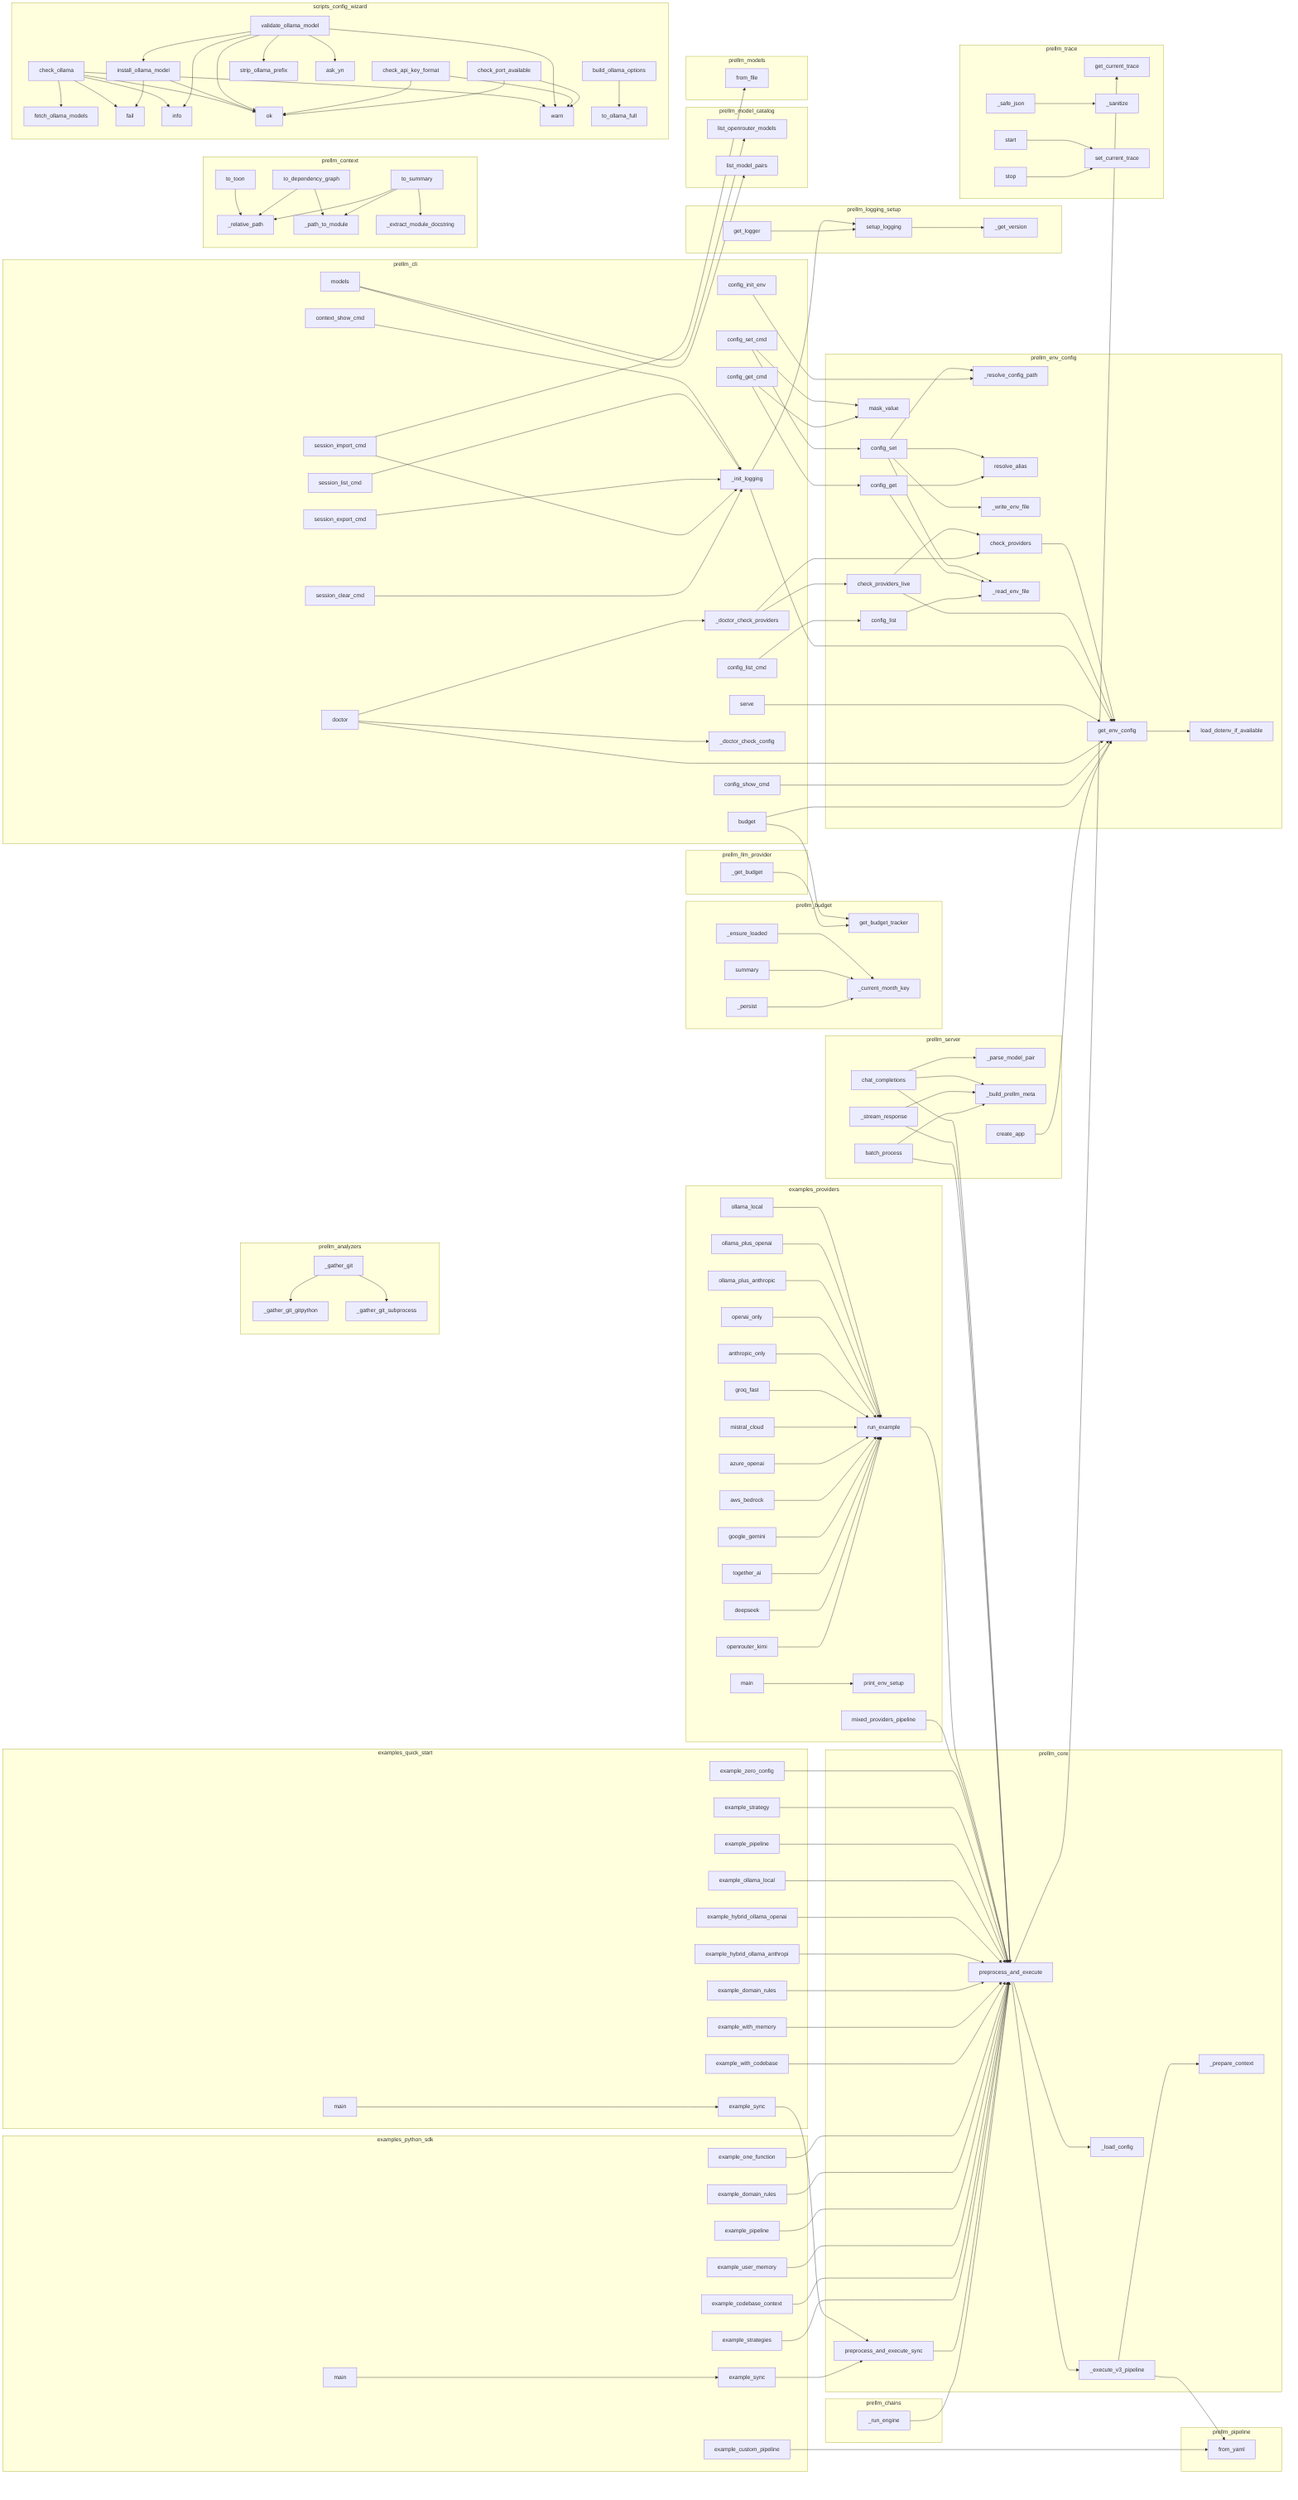
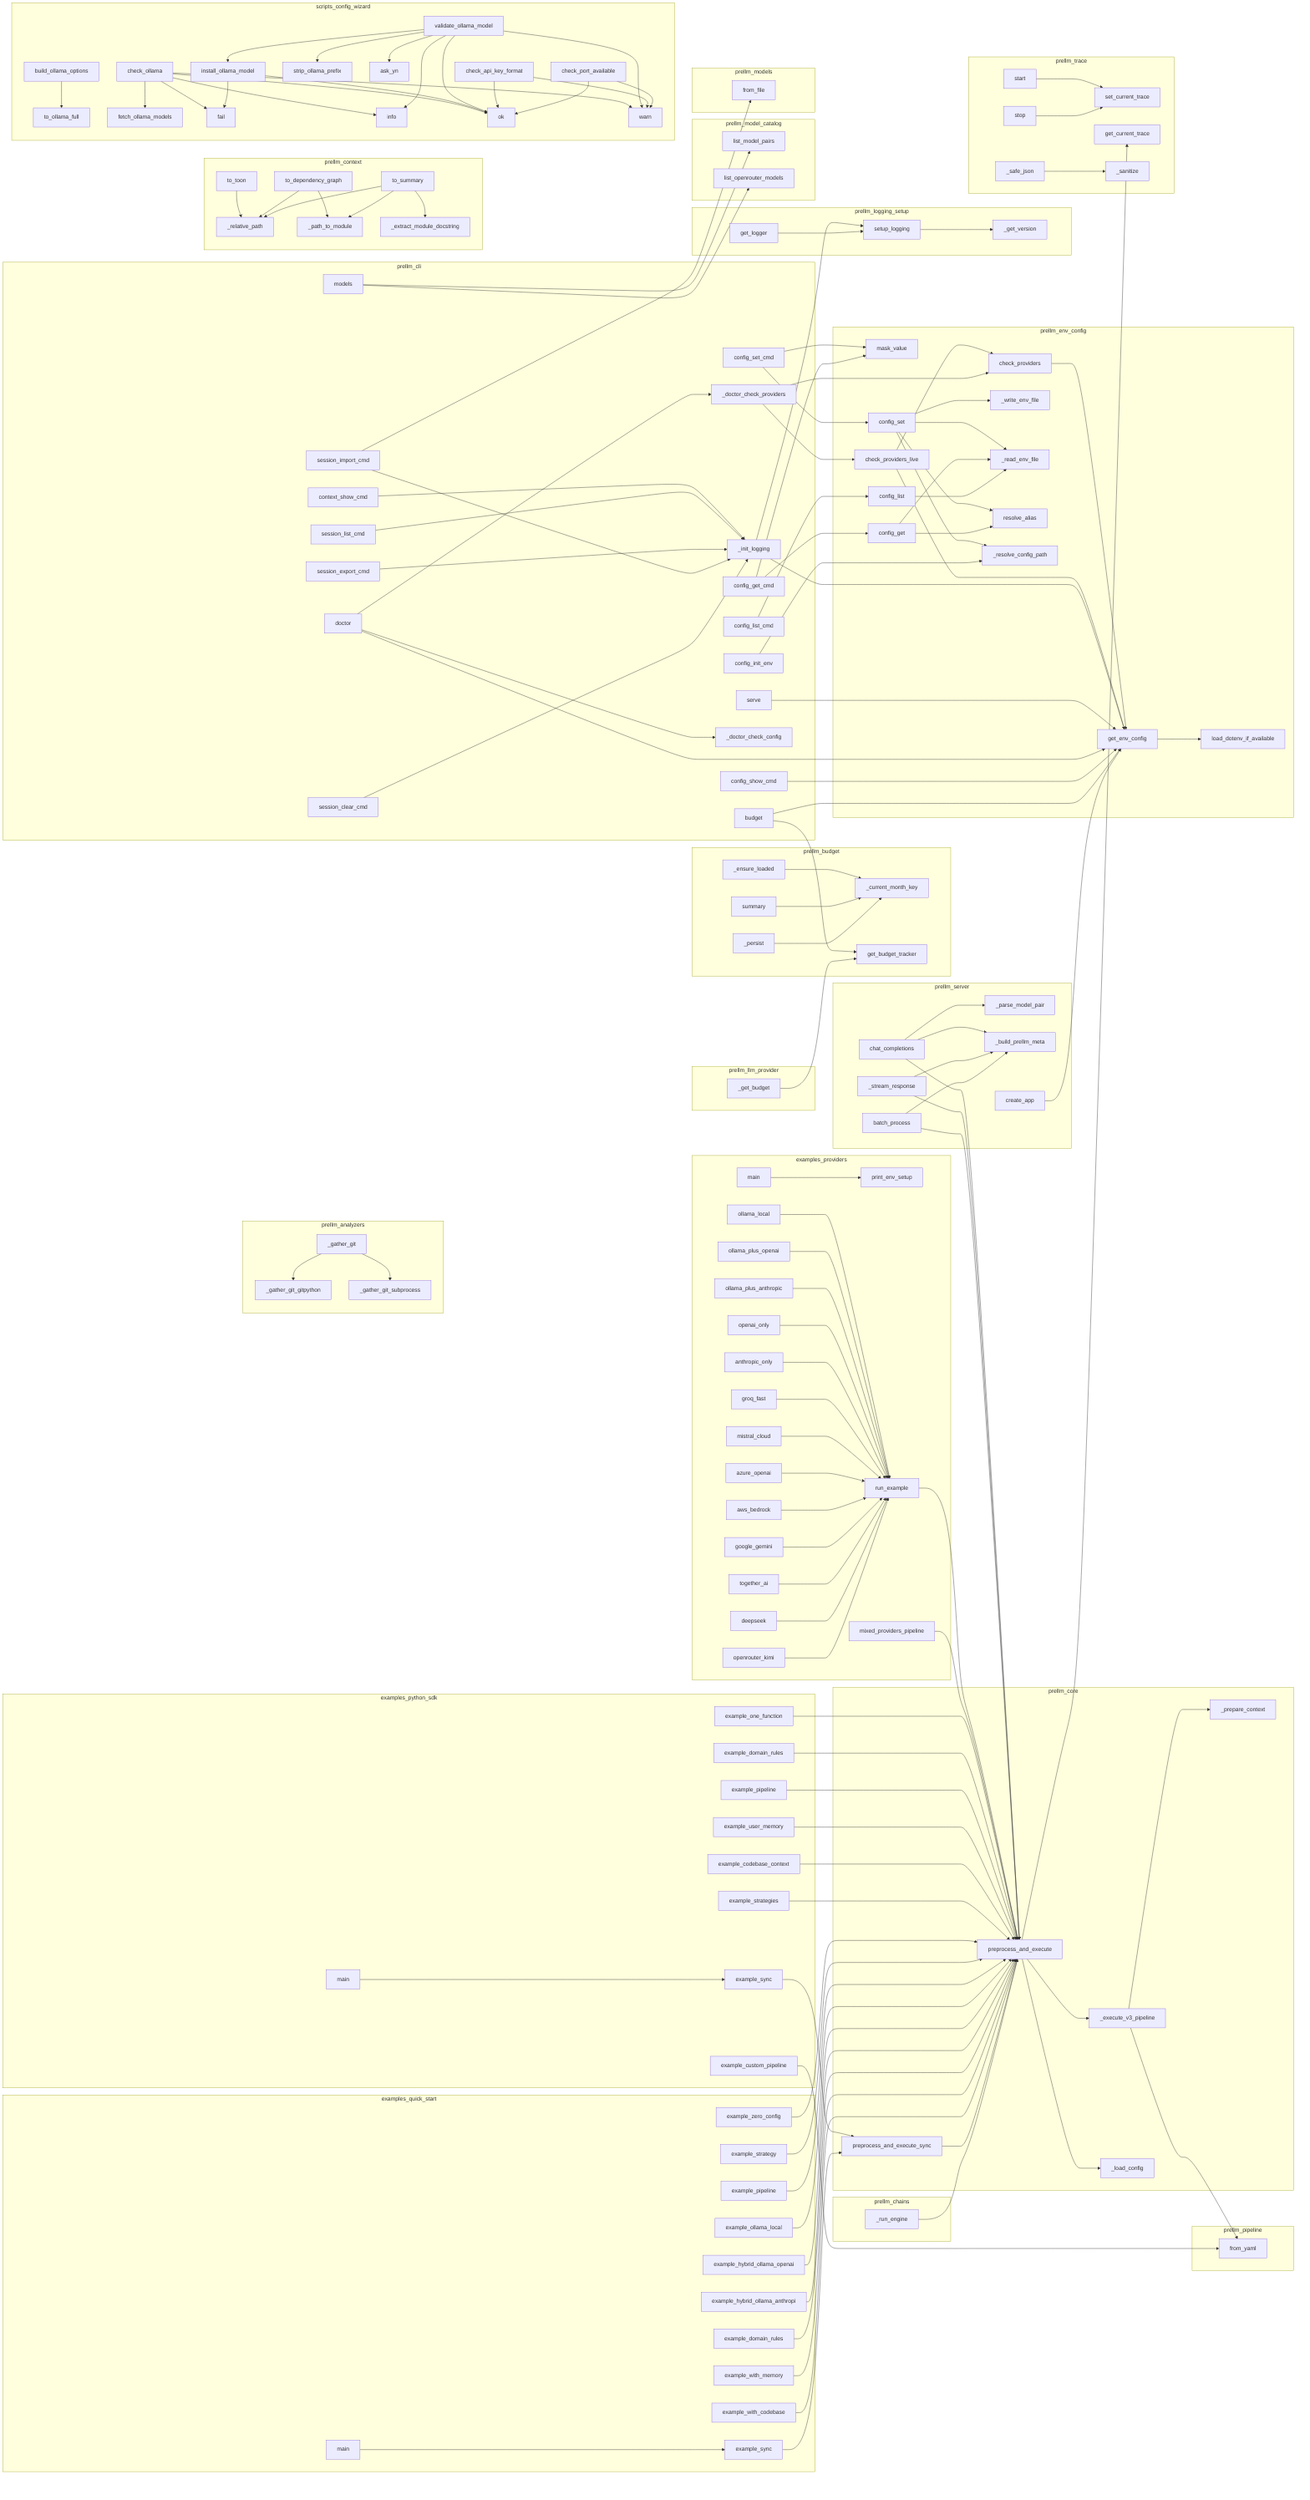
flowchart LR
    subgraph examples_providers
+         examples__providers__together_ai["together_ai"]
+         examples__providers__main["main"]
+         examples__providers__groq_fast["groq_fast"]
+         examples__providers__ollama_plus_openai["ollama_plus_openai"]
+         examples__providers__deepseek["deepseek"]
+         examples__providers__anthropic_only["anthropic_only"]
+         examples__providers__google_gemini["google_gemini"]
+         examples__providers__print_env_setup["print_env_setup"]
+         examples__providers__run_example["run_example"]
+         examples__providers__openai_only["openai_only"]
        examples__providers__openrouter_kimi["openrouter_kimi"]
-         examples__providers__ollama_plus_openai["ollama_plus_openai"]
+         examples__providers__aws_bedrock["aws_bedrock"]
+         examples__providers__mistral_cloud["mistral_cloud"]
+         examples__providers__ollama_local["ollama_local"]
+         examples__providers__azure_openai["azure_openai"]
        examples__providers__mixed_providers_pipeline["mixed_providers_pipeline"]
-         examples__providers__anthropic_only["anthropic_only"]
-         examples__providers__print_env_setup["print_env_setup"]
-         examples__providers__ollama_local["ollama_local"]
-         examples__providers__together_ai["together_ai"]
-         examples__providers__deepseek["deepseek"]
-         examples__providers__groq_fast["groq_fast"]
        examples__providers__ollama_plus_anthropic["ollama_plus_anthropic"]
-         examples__providers__openai_only["openai_only"]
-         examples__providers__mistral_cloud["mistral_cloud"]
-         examples__providers__google_gemini["google_gemini"]
-         examples__providers__aws_bedrock["aws_bedrock"]
-         examples__providers__azure_openai["azure_openai"]
-         examples__providers__run_example["run_example"]
-         examples__providers__main["main"]
    end
    subgraph examples_python_sdk
-         examples__python_sdk__example_one_function["example_one_function"]
-         examples__python_sdk__main["main"]
        examples__python_sdk__example_custom_pipeline["example_custom_pipeline"]
        examples__python_sdk__example_strategies["example_strategies"]
-         examples__python_sdk__example_codebase_context["example_codebase_context"]
-         examples__python_sdk__example_user_memory["example_user_memory"]
-         examples__python_sdk__example_domain_rules["example_domain_rules"]
        examples__python_sdk__example_pipeline["example_pipeline"]
        examples__python_sdk__example_sync["example_sync"]
+         examples__python_sdk__example_codebase_context["example_codebase_context"]
+         examples__python_sdk__example_domain_rules["example_domain_rules"]
+         examples__python_sdk__main["main"]
+         examples__python_sdk__example_user_memory["example_user_memory"]
+         examples__python_sdk__example_one_function["example_one_function"]
    end
    subgraph examples_quick_start
+         examples__quick_start__example_pipeline["example_pipeline"]
+         examples__quick_start__main["main"]
        examples__quick_start__example_hybrid_ollama_openai["example_hybrid_ollama_openai"]
-         examples__quick_start__main["main"]
+         examples__quick_start__example_domain_rules["example_domain_rules"]
+         examples__quick_start__example_ollama_local["example_ollama_local"]
        examples__quick_start__example_with_codebase["example_with_codebase"]
-         examples__quick_start__example_ollama_local["example_ollama_local"]
+         examples__quick_start__example_zero_config["example_zero_config"]
+         examples__quick_start__example_strategy["example_strategy"]
        examples__quick_start__example_hybrid_ollama_anthropic["example_hybrid_ollama_anthropi"]
+         examples__quick_start__example_sync["example_sync"]
        examples__quick_start__example_with_memory["example_with_memory"]
-         examples__quick_start__example_domain_rules["example_domain_rules"]
-         examples__quick_start__example_strategy["example_strategy"]
-         examples__quick_start__example_sync["example_sync"]
-         examples__quick_start__example_zero_config["example_zero_config"]
-         examples__quick_start__example_pipeline["example_pipeline"]
    end
    subgraph prellm_analyzers
+         prellm__ContextEngine___gather_git_gitpython["_gather_git_gitpython"]
        prellm__ContextEngine___gather_git["_gather_git"]
        prellm__ContextEngine___gather_git_subprocess["_gather_git_subprocess"]
-         prellm__ContextEngine___gather_git_gitpython["_gather_git_gitpython"]
    end
    subgraph prellm_budget
+         prellm__budget__BudgetTracker__summary["summary"]
+         prellm__budget___current_month_key["_current_month_key"]
        prellm__budget__get_budget_tracker["get_budget_tracker"]
+         prellm__budget__BudgetTracker___ensure_loaded["_ensure_loaded"]
        prellm__budget__BudgetTracker___persist["_persist"]
-         prellm__budget__BudgetTracker__summary["summary"]
-         prellm__budget__BudgetTracker___ensure_loaded["_ensure_loaded"]
-         prellm__budget___current_month_key["_current_month_key"]
    end
    subgraph prellm_chains
        prellm__chains__process_chain__ProcessChain___run_engine["_run_engine"]
    end
    subgraph prellm_cli
+         prellm__cli__session_clear_cmd["session_clear_cmd"]
+         prellm__cli___doctor_check_providers["_doctor_check_providers"]
+         prellm__cli__budget["budget"]
+         prellm__cli__doctor["doctor"]
        prellm__cli__config_list_cmd["config_list_cmd"]
+         prellm__cli__config_set_cmd["config_set_cmd"]
+         prellm__cli___init_logging["_init_logging"]
+         prellm__cli__config_init_env["config_init_env"]
+         prellm__cli__config_get_cmd["config_get_cmd"]
+         prellm__cli__session_list_cmd["session_list_cmd"]
+         prellm__cli__session_import_cmd["session_import_cmd"]
+         prellm__cli___doctor_check_config["_doctor_check_config"]
+         prellm__cli__config_show_cmd["config_show_cmd"]
+         prellm__cli__context_show_cmd["context_show_cmd"]
+         prellm__cli__models["models"]
+         prellm__cli__serve["serve"]
        prellm__cli__session_export_cmd["session_export_cmd"]
-         prellm__cli__config_init_env["config_init_env"]
-         prellm__cli__context_show_cmd["context_show_cmd"]
-         prellm__cli__doctor["doctor"]
-         prellm__cli__config_show_cmd["config_show_cmd"]
-         prellm__cli__session_list_cmd["session_list_cmd"]
-         prellm__cli__models["models"]
-         prellm__cli__session_import_cmd["session_import_cmd"]
-         prellm__cli__budget["budget"]
-         prellm__cli__config_set_cmd["config_set_cmd"]
-         prellm__cli__config_get_cmd["config_get_cmd"]
-         prellm__cli__session_clear_cmd["session_clear_cmd"]
-         prellm__cli__serve["serve"]
-         prellm__cli___doctor_check_config["_doctor_check_config"]
-         prellm__cli___doctor_check_providers["_doctor_check_providers"]
-         prellm__cli___init_logging["_init_logging"]
    end
    subgraph prellm_context
+         prellm__context__folder_compressor___relative_path["_relative_path"]
+         prellm__FolderCompressor__to_summary["to_summary"]
        prellm__context__folder_compressor___extract_module_docstrin["_extract_module_docstring"]
+         prellm__FolderCompressor__to_dependency_graph["to_dependency_graph"]
+         prellm__context__folder_compressor___path_to_module["_path_to_module"]
        prellm__FolderCompressor__to_toon["to_toon"]
-         prellm__FolderCompressor__to_dependency_graph["to_dependency_graph"]
-         prellm__FolderCompressor__to_summary["to_summary"]
-         prellm__context__folder_compressor___path_to_module["_path_to_module"]
-         prellm__context__folder_compressor___relative_path["_relative_path"]
    end
    subgraph prellm_core
+         prellm__core___execute_v3_pipeline["_execute_v3_pipeline"]
+         prellm__core___prepare_context["_prepare_context"]
        prellm__core__preprocess_and_execute["preprocess_and_execute"]
+         prellm__core__preprocess_and_execute_sync["preprocess_and_execute_sync"]
        prellm__core__PreLLM___load_config["_load_config"]
-         prellm__core__preprocess_and_execute_sync["preprocess_and_execute_sync"]
-         prellm__core___prepare_context["_prepare_context"]
-         prellm__core___execute_v3_pipeline["_execute_v3_pipeline"]
    end
    subgraph prellm_env_config
-         prellm__env_config__config_set["config_set"]
+         prellm__env_config__check_providers["check_providers"]
+         prellm__env_config__get_env_config["get_env_config"]
+         prellm__env_config__load_dotenv_if_available["load_dotenv_if_available"]
+         prellm__env_config___write_env_file["_write_env_file"]
        prellm__env_config__mask_value["mask_value"]
+         prellm__env_config__check_providers_live["check_providers_live"]
        prellm__env_config__config_get["config_get"]
-         prellm__env_config__load_dotenv_if_available["load_dotenv_if_available"]
-         prellm__env_config___resolve_config_path["_resolve_config_path"]
-         prellm__env_config__get_env_config["get_env_config"]
-         prellm__env_config__resolve_alias["resolve_alias"]
-         prellm__env_config___write_env_file["_write_env_file"]
-         prellm__env_config__check_providers["check_providers"]
-         prellm__env_config__check_providers_live["check_providers_live"]
        prellm__env_config__config_list["config_list"]
        prellm__env_config___read_env_file["_read_env_file"]
+         prellm__env_config__resolve_alias["resolve_alias"]
+         prellm__env_config__config_set["config_set"]
+         prellm__env_config___resolve_config_path["_resolve_config_path"]
    end
    subgraph prellm_llm_provider
        prellm__llm_provider__LLMProvider___get_budget["_get_budget"]
    end
    subgraph prellm_logging_setup
+         prellm__logging_setup___get_version["_get_version"]
+         prellm__logging_setup__get_logger["get_logger"]
        prellm__logging_setup__setup_logging["setup_logging"]
-         prellm__logging_setup__get_logger["get_logger"]
-         prellm__logging_setup___get_version["_get_version"]
    end
    subgraph prellm_model_catalog
+         prellm__model_catalog__list_model_pairs["list_model_pairs"]
        prellm__model_catalog__list_openrouter_models["list_openrouter_models"]
-         prellm__model_catalog__list_model_pairs["list_model_pairs"]
    end
    subgraph prellm_models
        prellm__models__SessionSnapshot__from_file["from_file"]
    end
    subgraph prellm_pipeline
        prellm__pipeline__PromptPipeline__from_yaml["from_yaml"]
    end
    subgraph prellm_server
        prellm__server___parse_model_pair["_parse_model_pair"]
        prellm__server___build_prellm_meta["_build_prellm_meta"]
-         prellm__server__batch_process["batch_process"]
+         prellm__server___stream_response["_stream_response"]
        prellm__server__chat_completions["chat_completions"]
        prellm__server__create_app["create_app"]
-         prellm__server___stream_response["_stream_response"]
+         prellm__server__batch_process["batch_process"]
    end
    subgraph prellm_trace
-         prellm__trace___safe_json["_safe_json"]
+         prellm__trace__set_current_trace["set_current_trace"]
        prellm__trace__get_current_trace["get_current_trace"]
        prellm__trace___sanitize["_sanitize"]
        prellm__trace__TraceRecorder__start["start"]
-         prellm__trace__set_current_trace["set_current_trace"]
        prellm__trace__TraceRecorder__stop["stop"]
+         prellm__trace___safe_json["_safe_json"]
    end
    subgraph scripts_config_wizard
+         scripts__config_wizard__to_ollama_full["to_ollama_full"]
+         scripts__config_wizard__info["info"]
+         scripts__config_wizard__check_ollama["check_ollama"]
        scripts__config_wizard__check_port_available["check_port_available"]
+         scripts__config_wizard__strip_ollama_prefix["strip_ollama_prefix"]
        scripts__config_wizard__ok["ok"]
+         scripts__config_wizard__check_api_key_format["check_api_key_format"]
+         scripts__config_wizard__install_ollama_model["install_ollama_model"]
+         scripts__config_wizard__fail["fail"]
+         scripts__config_wizard__ask_yn["ask_yn"]
+         scripts__config_wizard__fetch_ollama_models["fetch_ollama_models"]
        scripts__config_wizard__warn["warn"]
+         scripts__config_wizard__validate_ollama_model["validate_ollama_model"]
        scripts__config_wizard__build_ollama_options["build_ollama_options"]
-         scripts__config_wizard__ask_yn["ask_yn"]
-         scripts__config_wizard__check_api_key_format["check_api_key_format"]
-         scripts__config_wizard__check_ollama["check_ollama"]
-         scripts__config_wizard__install_ollama_model["install_ollama_model"]
-         scripts__config_wizard__fetch_ollama_models["fetch_ollama_models"]
-         scripts__config_wizard__validate_ollama_model["validate_ollama_model"]
-         scripts__config_wizard__strip_ollama_prefix["strip_ollama_prefix"]
-         scripts__config_wizard__to_ollama_full["to_ollama_full"]
-         scripts__config_wizard__fail["fail"]
-         scripts__config_wizard__info["info"]
    end
    examples__providers__run_example --> prellm__core__preprocess_and_execute
    examples__providers__ollama_local --> examples__providers__run_example
    examples__providers__ollama_plus_openai --> examples__providers__run_example
    examples__providers__ollama_plus_anthropic --> examples__providers__run_example
    examples__providers__openai_only --> examples__providers__run_example
    examples__providers__anthropic_only --> examples__providers__run_example
    examples__providers__groq_fast --> examples__providers__run_example
    examples__providers__mistral_cloud --> examples__providers__run_example
    examples__providers__azure_openai --> examples__providers__run_example
    examples__providers__aws_bedrock --> examples__providers__run_example
    examples__providers__google_gemini --> examples__providers__run_example
    examples__providers__together_ai --> examples__providers__run_example
    examples__providers__deepseek --> examples__providers__run_example
    examples__providers__openrouter_kimi --> examples__providers__run_example
    examples__providers__mixed_providers_pipeline --> prellm__core__preprocess_and_execute
    examples__providers__main --> examples__providers__print_env_setup
+     examples__python_sdk__example_one_function --> prellm__core__preprocess_and_execute
+     examples__python_sdk__example_domain_rules --> prellm__core__preprocess_and_execute
+     examples__python_sdk__example_sync --> prellm__core__preprocess_and_execute_sync
+     examples__python_sdk__example_pipeline --> prellm__core__preprocess_and_execute
+     examples__python_sdk__example_user_memory --> prellm__core__preprocess_and_execute
+     examples__python_sdk__example_codebase_context --> prellm__core__preprocess_and_execute
+     examples__python_sdk__example_custom_pipeline --> prellm__pipeline__PromptPipeline__from_yaml
+     examples__python_sdk__example_strategies --> prellm__core__preprocess_and_execute
+     examples__python_sdk__main --> examples__python_sdk__example_sync
    examples__quick_start__example_zero_config --> prellm__core__preprocess_and_execute
    examples__quick_start__example_strategy --> prellm__core__preprocess_and_execute
    examples__quick_start__example_pipeline --> prellm__core__preprocess_and_execute
    examples__quick_start__example_ollama_local --> prellm__core__preprocess_and_execute
    examples__quick_start__example_hybrid_ollama_openai --> prellm__core__preprocess_and_execute
    examples__quick_start__example_hybrid_ollama_anthropic --> prellm__core__preprocess_and_execute
    examples__quick_start__example_domain_rules --> prellm__core__preprocess_and_execute
    examples__quick_start__example_with_memory --> prellm__core__preprocess_and_execute
    examples__quick_start__example_with_codebase --> prellm__core__preprocess_and_execute
    examples__quick_start__example_sync --> prellm__core__preprocess_and_execute_sync
    examples__quick_start__main --> examples__quick_start__example_sync
-     examples__python_sdk__example_one_function --> prellm__core__preprocess_and_execute
-     examples__python_sdk__example_domain_rules --> prellm__core__preprocess_and_execute
-     examples__python_sdk__example_sync --> prellm__core__preprocess_and_execute_sync
-     examples__python_sdk__example_pipeline --> prellm__core__preprocess_and_execute
-     examples__python_sdk__example_user_memory --> prellm__core__preprocess_and_execute
-     examples__python_sdk__example_codebase_context --> prellm__core__preprocess_and_execute
-     examples__python_sdk__example_custom_pipeline --> prellm__pipeline__PromptPipeline__from_yaml
-     examples__python_sdk__example_strategies --> prellm__core__preprocess_and_execute
-     examples__python_sdk__main --> examples__python_sdk__example_sync
    prellm__env_config__get_env_config --> prellm__env_config__load_dotenv_if_available
    prellm__env_config__check_providers --> prellm__env_config__get_env_config
    prellm__env_config__config_set --> prellm__env_config__resolve_alias
    prellm__env_config__config_set --> prellm__env_config___resolve_config_path
    prellm__env_config__config_set --> prellm__env_config___read_env_file
    prellm__env_config__config_set --> prellm__env_config___write_env_file
    prellm__env_config__config_get --> prellm__env_config__resolve_alias
    prellm__env_config__config_get --> prellm__env_config___read_env_file
    prellm__env_config__config_list --> prellm__env_config___read_env_file
    prellm__env_config__check_providers_live --> prellm__env_config__check_providers
    prellm__env_config__check_providers_live --> prellm__env_config__get_env_config
    prellm__cli___init_logging --> prellm__env_config__get_env_config
    prellm__cli___init_logging --> prellm__logging_setup__setup_logging
    prellm__cli__serve --> prellm__env_config__get_env_config
    prellm__cli___doctor_check_providers --> prellm__env_config__check_providers
    prellm__cli___doctor_check_providers --> prellm__env_config__check_providers_live
    prellm__cli__doctor --> prellm__env_config__get_env_config
    prellm__cli__doctor --> prellm__cli___doctor_check_config
    prellm__cli__doctor --> prellm__cli___doctor_check_providers
    prellm__cli__config_set_cmd --> prellm__env_config__config_set
    prellm__cli__config_set_cmd --> prellm__env_config__mask_value
    prellm__cli__config_get_cmd --> prellm__env_config__config_get
    prellm__cli__config_get_cmd --> prellm__env_config__mask_value
    prellm__cli__config_list_cmd --> prellm__env_config__config_list
    prellm__cli__config_show_cmd --> prellm__env_config__get_env_config
    prellm__cli__config_init_env --> prellm__env_config___resolve_config_path
    prellm__cli__budget --> prellm__env_config__get_env_config
    prellm__cli__budget --> prellm__budget__get_budget_tracker
    prellm__cli__models --> prellm__model_catalog__list_model_pairs
    prellm__cli__models --> prellm__model_catalog__list_openrouter_models
    prellm__cli__context_show_cmd --> prellm__cli___init_logging
    prellm__cli__session_list_cmd --> prellm__cli___init_logging
    prellm__cli__session_export_cmd --> prellm__cli___init_logging
    prellm__cli__session_import_cmd --> prellm__cli___init_logging
    prellm__cli__session_import_cmd --> prellm__models__SessionSnapshot__from_file
    prellm__cli__session_clear_cmd --> prellm__cli___init_logging
    prellm__trace__TraceRecorder__start --> prellm__trace__set_current_trace
    prellm__trace__TraceRecorder__stop --> prellm__trace__set_current_trace
    prellm__trace___safe_json --> prellm__trace___sanitize
+     prellm__core__preprocess_and_execute --> prellm__trace__get_current_trace
+     prellm__core__preprocess_and_execute --> prellm__core__PreLLM___load_config
+     prellm__core__preprocess_and_execute --> prellm__core___execute_v3_pipeline
+     prellm__core__preprocess_and_execute_sync --> prellm__core__preprocess_and_execute
+     prellm__core___execute_v3_pipeline --> prellm__pipeline__PromptPipeline__from_yaml
+     prellm__core___execute_v3_pipeline --> prellm__core___prepare_context
+     prellm__llm_provider__LLMProvider___get_budget --> prellm__budget__get_budget_tracker
    prellm__server__chat_completions --> prellm__server___parse_model_pair
    prellm__server__chat_completions --> prellm__server___build_prellm_meta
    prellm__server__chat_completions --> prellm__core__preprocess_and_execute
    prellm__server___stream_response --> prellm__core__preprocess_and_execute
    prellm__server___stream_response --> prellm__server___build_prellm_meta
    prellm__server__batch_process --> prellm__core__preprocess_and_execute
    prellm__server__batch_process --> prellm__server___build_prellm_meta
    prellm__server__create_app --> prellm__env_config__get_env_config
-     prellm__core__preprocess_and_execute --> prellm__trace__get_current_trace
-     prellm__core__preprocess_and_execute --> prellm__core__PreLLM___load_config
-     prellm__core__preprocess_and_execute --> prellm__core___execute_v3_pipeline
-     prellm__core__preprocess_and_execute_sync --> prellm__core__preprocess_and_execute
-     prellm__core___execute_v3_pipeline --> prellm__pipeline__PromptPipeline__from_yaml
-     prellm__core___execute_v3_pipeline --> prellm__core___prepare_context
-     prellm__llm_provider__LLMProvider___get_budget --> prellm__budget__get_budget_tracker
-     prellm__budget__BudgetTracker___ensure_loaded --> prellm__budget___current_month_key
-     prellm__budget__BudgetTracker__summary --> prellm__budget___current_month_key
-     prellm__budget__BudgetTracker___persist --> prellm__budget___current_month_key
    scripts__config_wizard__check_ollama --> scripts__config_wizard__fetch_ollama_models
    scripts__config_wizard__check_ollama --> scripts__config_wizard__fail
    scripts__config_wizard__check_ollama --> scripts__config_wizard__info
    scripts__config_wizard__check_ollama --> scripts__config_wizard__ok
    scripts__config_wizard__check_ollama --> scripts__config_wizard__warn
    scripts__config_wizard__build_ollama_options --> scripts__config_wizard__to_ollama_full
    scripts__config_wizard__install_ollama_model --> scripts__config_wizard__fail
    scripts__config_wizard__install_ollama_model --> scripts__config_wizard__ok
    scripts__config_wizard__validate_ollama_model --> scripts__config_wizard__strip_ollama_prefix
    scripts__config_wizard__validate_ollama_model --> scripts__config_wizard__warn
    scripts__config_wizard__validate_ollama_model --> scripts__config_wizard__info
    scripts__config_wizard__validate_ollama_model --> scripts__config_wizard__ask_yn
    scripts__config_wizard__validate_ollama_model --> scripts__config_wizard__ok
    scripts__config_wizard__validate_ollama_model --> scripts__config_wizard__install_ollama_model
    scripts__config_wizard__check_api_key_format --> scripts__config_wizard__ok
    scripts__config_wizard__check_api_key_format --> scripts__config_wizard__warn
    scripts__config_wizard__check_port_available --> scripts__config_wizard__warn
    scripts__config_wizard__check_port_available --> scripts__config_wizard__ok
-     prellm__chains__process_chain__ProcessChain___run_engine --> prellm__core__preprocess_and_execute
    prellm__FolderCompressor__to_toon --> prellm__context__folder_compressor___relative_path
    prellm__FolderCompressor__to_dependency_graph --> prellm__context__folder_compressor___relative_path
    prellm__FolderCompressor__to_dependency_graph --> prellm__context__folder_compressor___path_to_module
    prellm__FolderCompressor__to_summary --> prellm__context__folder_compressor___relative_path
    prellm__FolderCompressor__to_summary --> prellm__context__folder_compressor___path_to_module
    prellm__FolderCompressor__to_summary --> prellm__context__folder_compressor___extract_module_docstrin
+     prellm__budget__BudgetTracker___ensure_loaded --> prellm__budget___current_month_key
+     prellm__budget__BudgetTracker__summary --> prellm__budget___current_month_key
+     prellm__budget__BudgetTracker___persist --> prellm__budget___current_month_key
    prellm__ContextEngine___gather_git --> prellm__ContextEngine___gather_git_gitpython
    prellm__ContextEngine___gather_git --> prellm__ContextEngine___gather_git_subprocess
+     prellm__chains__process_chain__ProcessChain___run_engine --> prellm__core__preprocess_and_execute
    prellm__logging_setup__setup_logging --> prellm__logging_setup___get_version
    prellm__logging_setup__get_logger --> prellm__logging_setup__setup_logging
